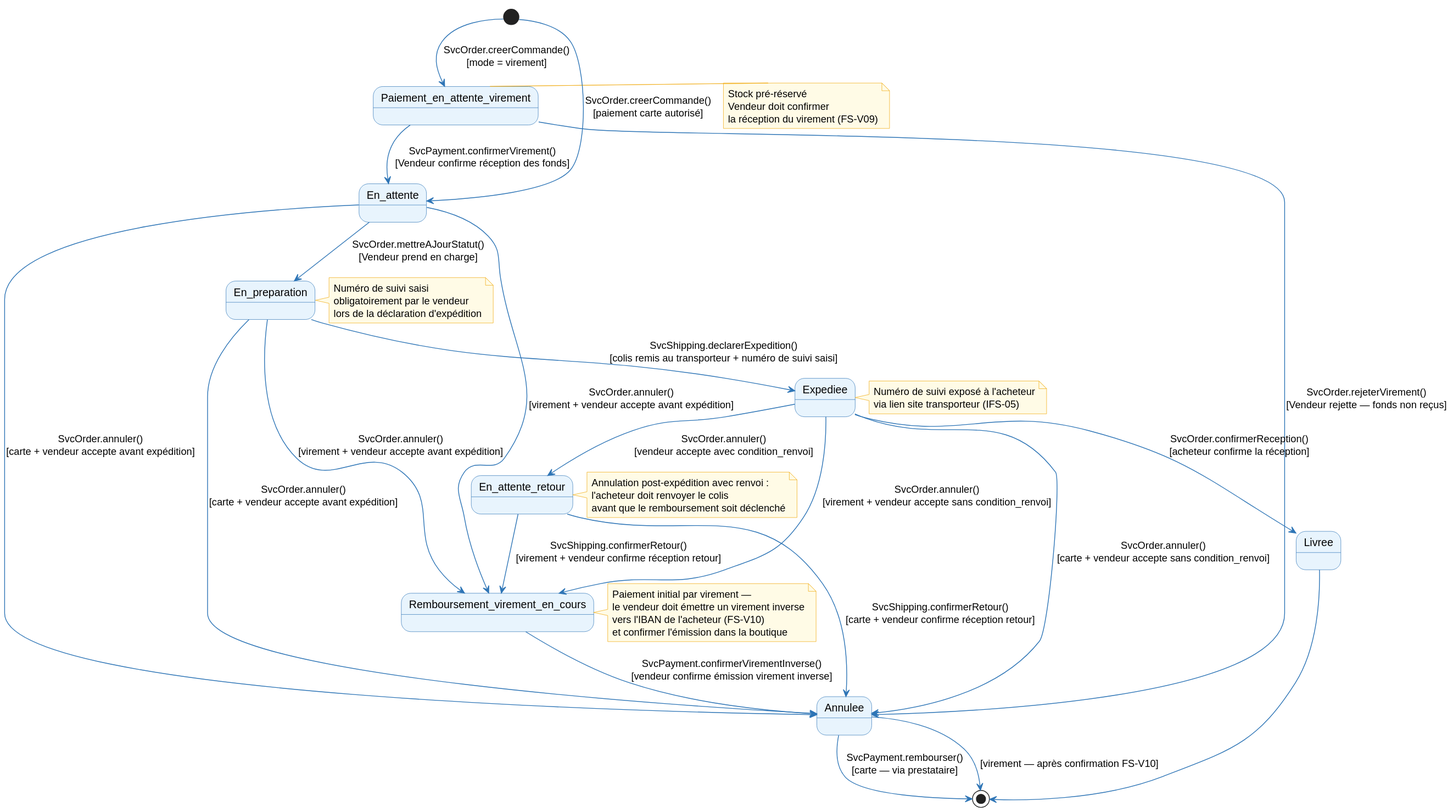
The PlantUML diagram architecture/03-logical-architecture/diagrams/la-states-commande.svg in louistalvande/online_shop, before a commit.
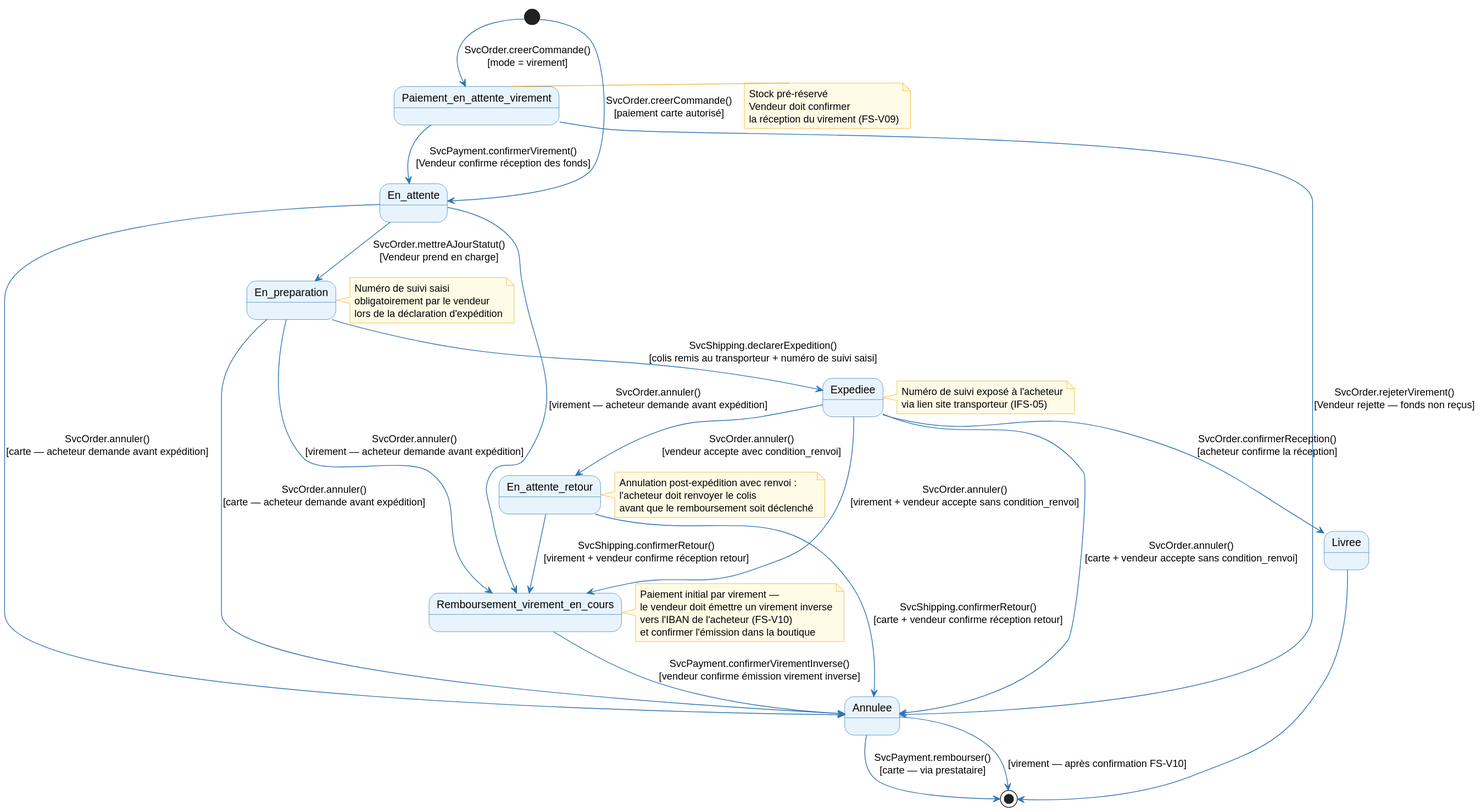
After the change.

Change to the diagram source:
```diff
@@ -19,10 +19,10 @@
 
 Livree --> [*]
 
-En_attente --> Annulee : SvcOrder.annuler()\n[carte + vendeur accepte avant expédition]
-En_attente --> Remboursement_virement_en_cours : SvcOrder.annuler()\n[virement + vendeur accepte avant expédition]
-En_preparation --> Annulee : SvcOrder.annuler()\n[carte + vendeur accepte avant expédition]
-En_preparation --> Remboursement_virement_en_cours : SvcOrder.annuler()\n[virement + vendeur accepte avant expédition]
+En_attente --> Annulee : SvcOrder.annuler()\n[carte — acheteur demande avant expédition]
+En_attente --> Remboursement_virement_en_cours : SvcOrder.annuler()\n[virement — acheteur demande avant expédition]
+En_preparation --> Annulee : SvcOrder.annuler()\n[carte — acheteur demande avant expédition]
+En_preparation --> Remboursement_virement_en_cours : SvcOrder.annuler()\n[virement — acheteur demande avant expédition]
 
 Expediee --> En_attente_retour : SvcOrder.annuler()\n[vendeur accepte avec condition_renvoi]
 Expediee --> Annulee : SvcOrder.annuler()\n[carte + vendeur accepte sans condition_renvoi]
```
